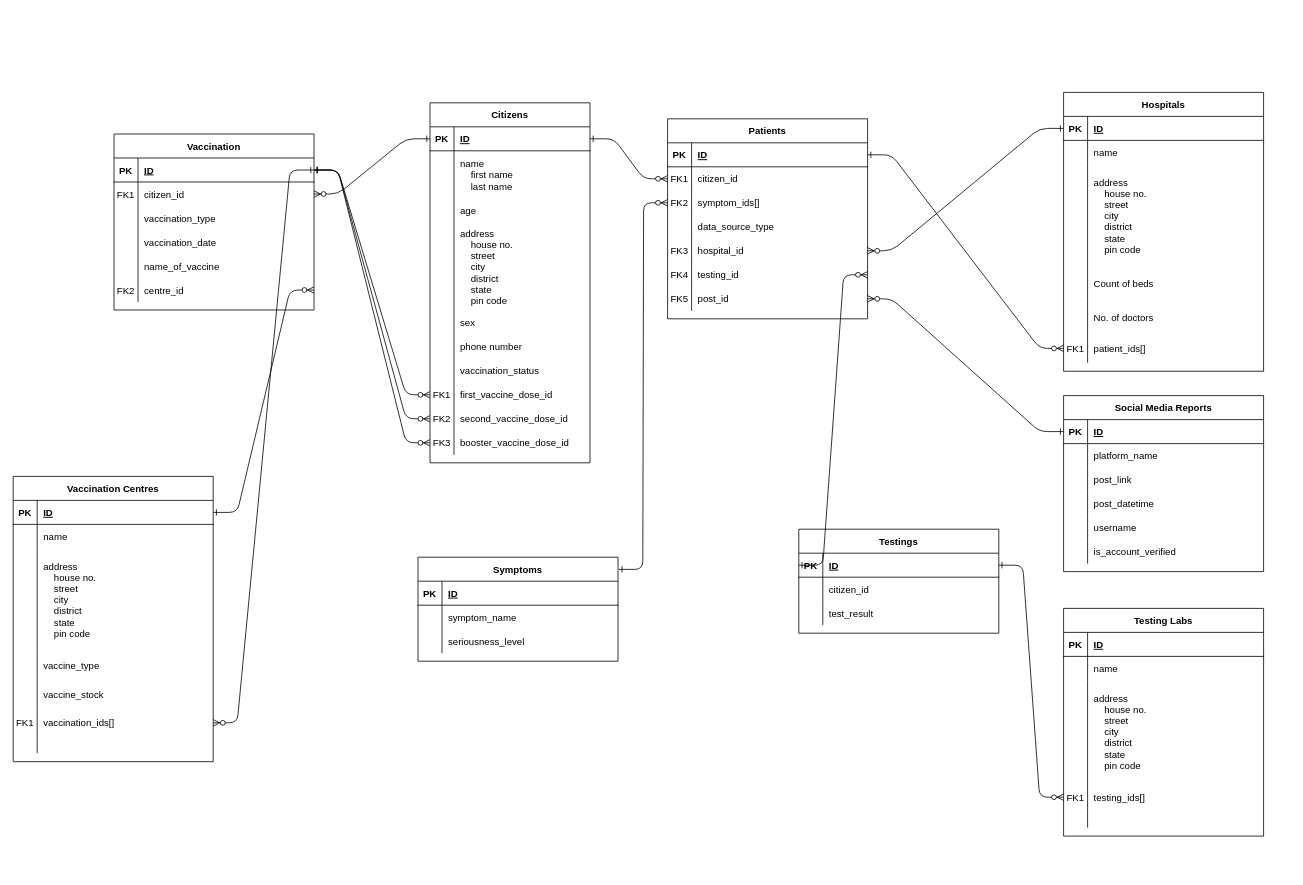
chirag-ghosh/DBMS-Lab keeps this draw.io diagram as Assgn1/ER-Diagram.drawio. Above is the earlier version. Source tidied: cells renumbered, new cells numbered last; positions are measured from the earlier drawing's top-left corner, leaving out a move shared by most shapes. Both pictures are drawn from the tidied source at 80%, with x=0, y=0 at pixel (13, 92).
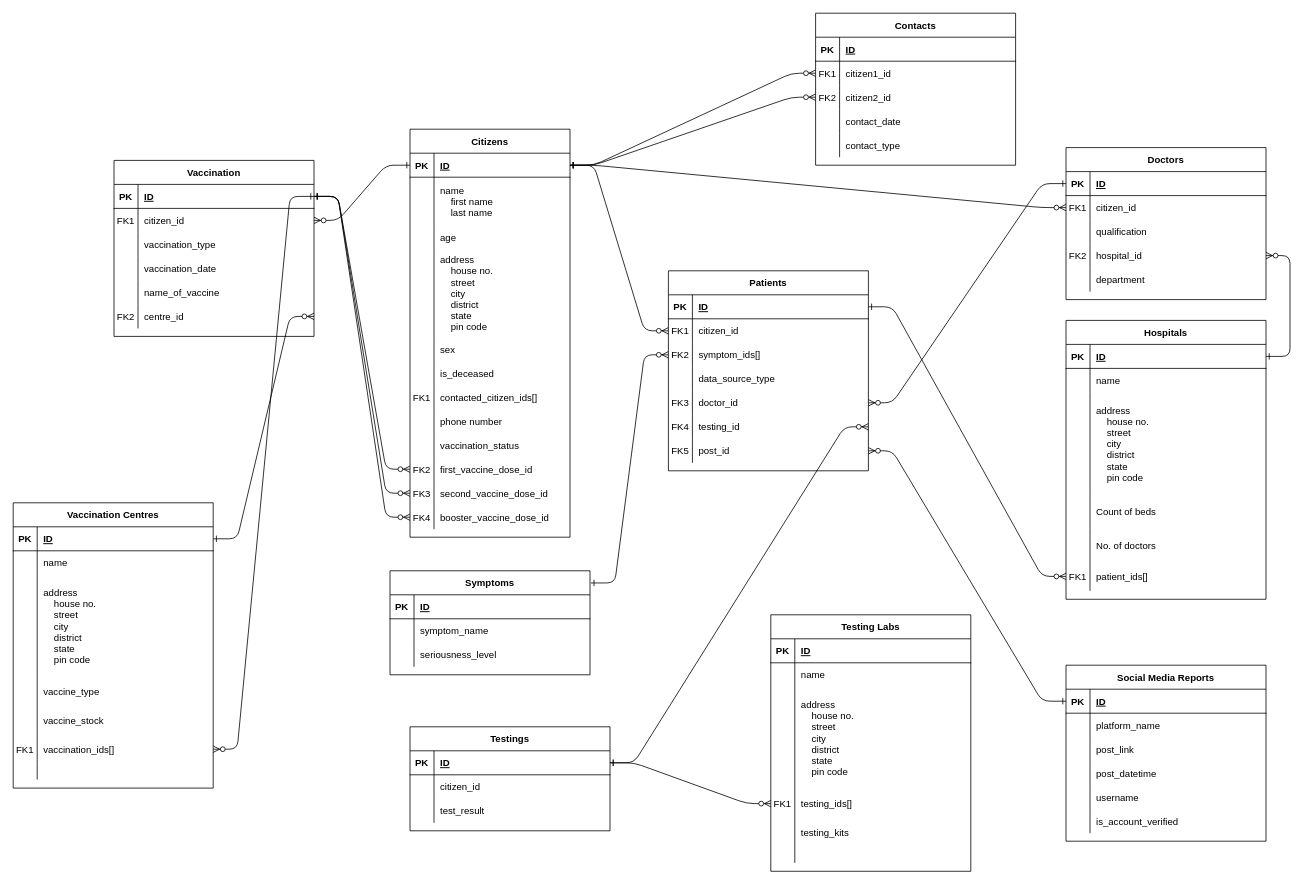
The same diagram, later.

Unchanged cells that the change refers to:
```xml
<mxCell id="16" style="shape=partialRectangle;fillColor=none;points=[[0,0.5],[1,0.5]];portConstraint=eastwest;top=0;left=0;right=0;bottom=0;" parent="3" vertex="1">
  <mxGeometry y="150" width="250" height="30" as="geometry" />
</mxCell>
<mxCell id="19" style="shape=partialRectangle;fillColor=none;points=[[0,0.5],[1,0.5]];portConstraint=eastwest;top=0;left=0;right=0;bottom=0;" parent="3" vertex="1">
  <mxGeometry y="180" width="250" height="30" as="geometry" />
</mxCell>
<mxCell id="26" style="shape=partialRectangle;fillColor=none;points=[[0,0.5],[1,0.5]];portConstraint=eastwest;top=0;left=0;right=0;bottom=1;" parent="25" vertex="1">
  <mxGeometry y="30" width="250" height="30" as="geometry" />
</mxCell>
<mxCell id="45" style="shape=partialRectangle;fillColor=none;points=[[0,0.5],[1,0.5]];portConstraint=eastwest;top=0;left=0;right=0;bottom=1;" parent="44" vertex="1">
  <mxGeometry y="30" width="200" height="30" as="geometry" />
</mxCell>
<mxCell id="105" style="shape=partialRectangle;fillColor=none;points=[[0,0.5],[1,0.5]];portConstraint=eastwest;top=0;left=0;right=0;bottom=1;" parent="104" vertex="1">
  <mxGeometry y="30" width="250" height="30" as="geometry" />
</mxCell>
```

Change to the diagram source:
```diff
@@
     <mxCell id="3" value="Patients" style="shape=table;startSize=30;childLayout=tableLayout;rowLines=0;fontStyle=1;align=center;" parent="1" vertex="1">
-      <mxGeometry x="818" y="33" width="250" height="250" as="geometry" />
+      <mxGeometry x="819" y="223" width="250" height="250" as="geometry" />
     </mxCell>
@@
-    <mxCell id="18" value="hospital_id" style="shape=partialRectangle;overflow=hidden;fillColor=none;top=0;left=0;bottom=0;right=0;align=left;spacingLeft=6;" parent="16" vertex="1">
+    <mxCell id="18" value="doctor_id" style="shape=partialRectangle;overflow=hidden;fillColor=none;top=0;left=0;bottom=0;right=0;align=left;spacingLeft=6;" parent="16" vertex="1">
       <mxGeometry x="30" width="220" height="30" as="geometry" />
     </mxCell>
@@
     <mxCell id="25" value="Hospitals" style="shape=table;startSize=30;childLayout=tableLayout;rowLines=0;fontStyle=1;align=center;" parent="1" vertex="1">
-      <mxGeometry x="1313" width="250" height="348.6" as="geometry" />
+      <mxGeometry x="1316" y="285" width="250" height="348.6" as="geometry" />
     </mxCell>
@@
     <mxCell id="44" value="Citizens" style="shape=table;startSize=30;childLayout=tableLayout;rowLines=0;fontStyle=1;align=center;" parent="1" vertex="1">
-      <mxGeometry x="521" y="13" width="200" height="450" as="geometry" />
+      <mxGeometry x="496" y="46" width="200" height="510" as="geometry" />
     </mxCell>
@@
+    <mxCell id="183" style="shape=partialRectangle;fillColor=none;top=0;left=0;right=0;bottom=0;" parent="44" vertex="1">
+      <mxGeometry y="260" width="200" height="30" as="geometry" />
+    </mxCell>
+    <mxCell id="184" style="shape=partialRectangle;overflow=hidden;fillColor=none;top=0;left=0;bottom=0;right=0;" parent="183" vertex="1">
+      <mxGeometry width="30" height="30" as="geometry" />
+    </mxCell>
+    <mxCell id="185" value="sex" style="shape=partialRectangle;overflow=hidden;fillColor=none;top=0;left=0;bottom=0;right=0;align=left;spacingLeft=6;" parent="183" vertex="1">
+      <mxGeometry x="30" width="170" height="30" as="geometry" />
+    </mxCell>
+    <mxCell id="186" style="shape=partialRectangle;fillColor=none;top=0;left=0;right=0;bottom=0;" parent="44" vertex="1">
+      <mxGeometry y="290" width="200" height="30" as="geometry" />
+    </mxCell>
+    <mxCell id="187" style="shape=partialRectangle;overflow=hidden;fillColor=none;top=0;left=0;bottom=0;right=0;" parent="186" vertex="1">
+      <mxGeometry width="30" height="30" as="geometry" />
+    </mxCell>
+    <mxCell id="188" value="is_deceased" style="shape=partialRectangle;overflow=hidden;fillColor=none;top=0;left=0;bottom=0;right=0;align=left;spacingLeft=6;" parent="186" vertex="1">
+      <mxGeometry x="30" width="170" height="30" as="geometry" />
+    </mxCell>
     <mxCell id="57" style="shape=partialRectangle;fillColor=none;top=0;left=0;right=0;bottom=0;" parent="44" vertex="1">
-      <mxGeometry y="260" width="200" height="30" as="geometry" />
+      <mxGeometry y="320" width="200" height="30" as="geometry" />
     </mxCell>
-    <mxCell id="58" style="shape=partialRectangle;overflow=hidden;fillColor=none;top=0;left=0;bottom=0;right=0;" parent="57" vertex="1">
+    <mxCell id="58" value="FK1" style="shape=partialRectangle;overflow=hidden;fillColor=none;top=0;left=0;bottom=0;right=0;" parent="57" vertex="1">
       <mxGeometry width="30" height="30" as="geometry" />
     </mxCell>
-    <mxCell id="59" value="sex" style="shape=partialRectangle;overflow=hidden;fillColor=none;top=0;left=0;bottom=0;right=0;align=left;spacingLeft=6;" parent="57" vertex="1">
+    <mxCell id="59" value="contacted_citizen_ids[]" style="shape=partialRectangle;overflow=hidden;fillColor=none;top=0;left=0;bottom=0;right=0;align=left;spacingLeft=6;" parent="57" vertex="1">
       <mxGeometry x="30" width="170" height="30" as="geometry" />
     </mxCell>
     <mxCell id="60" style="shape=partialRectangle;fillColor=none;top=0;left=0;right=0;bottom=0;" parent="44" vertex="1">
-      <mxGeometry y="290" width="200" height="30" as="geometry" />
+      <mxGeometry y="350" width="200" height="30" as="geometry" />
     </mxCell>
@@
     <mxCell id="63" style="shape=partialRectangle;fillColor=none;top=0;left=0;right=0;bottom=0;" parent="44" vertex="1">
-      <mxGeometry y="320" width="200" height="30" as="geometry" />
+      <mxGeometry y="380" width="200" height="30" as="geometry" />
     </mxCell>
@@
     <mxCell id="66" style="shape=partialRectangle;fillColor=none;points=[[0,0.5],[1,0.5]];portConstraint=eastwest;top=0;left=0;right=0;bottom=0;" parent="44" vertex="1">
-      <mxGeometry y="350" width="200" height="30" as="geometry" />
+      <mxGeometry y="410" width="200" height="30" as="geometry" />
     </mxCell>
-    <mxCell id="67" value="FK1" style="shape=partialRectangle;overflow=hidden;fillColor=none;top=0;left=0;bottom=0;right=0;" parent="66" vertex="1">
+    <mxCell id="67" value="FK2" style="shape=partialRectangle;overflow=hidden;fillColor=none;top=0;left=0;bottom=0;right=0;" parent="66" vertex="1">
       <mxGeometry width="30" height="30" as="geometry" />
     </mxCell>
@@
     <mxCell id="69" style="shape=partialRectangle;fillColor=none;points=[[0,0.5],[1,0.5]];portConstraint=eastwest;top=0;left=0;right=0;bottom=0;" parent="44" vertex="1">
-      <mxGeometry y="380" width="200" height="30" as="geometry" />
+      <mxGeometry y="440" width="200" height="30" as="geometry" />
     </mxCell>
-    <mxCell id="70" value="FK2" style="shape=partialRectangle;overflow=hidden;fillColor=none;top=0;left=0;bottom=0;right=0;" parent="69" vertex="1">
+    <mxCell id="70" value="FK3" style="shape=partialRectangle;overflow=hidden;fillColor=none;top=0;left=0;bottom=0;right=0;" parent="69" vertex="1">
       <mxGeometry width="30" height="30" as="geometry" />
     </mxCell>
@@
     <mxCell id="72" style="shape=partialRectangle;fillColor=none;points=[[0,0.5],[1,0.5]];portConstraint=eastwest;top=0;left=0;right=0;bottom=0;" parent="44" vertex="1">
-      <mxGeometry y="410" width="200" height="30" as="geometry" />
+      <mxGeometry y="470" width="200" height="30" as="geometry" />
     </mxCell>
-    <mxCell id="73" value="FK3" style="shape=partialRectangle;overflow=hidden;fillColor=none;top=0;left=0;bottom=0;right=0;" parent="72" vertex="1">
+    <mxCell id="73" value="FK4" style="shape=partialRectangle;overflow=hidden;fillColor=none;top=0;left=0;bottom=0;right=0;" parent="72" vertex="1">
       <mxGeometry width="30" height="30" as="geometry" />
     </mxCell>
@@
     <mxCell id="75" value="Symptoms" style="shape=table;startSize=30;childLayout=tableLayout;rowLines=0;fontStyle=1;align=center;" parent="1" vertex="1">
-      <mxGeometry x="506" y="581" width="250" height="130" as="geometry" />
+      <mxGeometry x="471" y="598" width="250" height="130" as="geometry" />
     </mxCell>
@@
-    <mxCell id="86" style="edgeStyle=entityRelationEdgeStyle;endArrow=ERzeroToMany;startArrow=ERone;endFill=1;startFill=0;entryX=1;entryY=0.5;entryDx=0;entryDy=0;exitX=0;exitY=0.5;exitDx=0;exitDy=0;" parent="1" edge="1" source="26" target="16">
+    <mxCell id="86" style="edgeStyle=entityRelationEdgeStyle;endArrow=ERzeroToMany;startArrow=ERone;endFill=1;startFill=0;entryX=1;entryY=0.5;entryDx=0;entryDy=0;exitX=0;exitY=0.5;exitDx=0;exitDy=0;" parent="1" edge="1" source="211" target="16">
       <mxGeometry relative="1" as="geometry" />
     </mxCell>
@@
     <mxCell id="88" value="Testing Labs" style="shape=table;startSize=30;childLayout=tableLayout;rowLines=0;fontStyle=1;align=center;" parent="1" vertex="1">
-      <mxGeometry x="1313" y="645" width="250" height="284.6" as="geometry" />
+      <mxGeometry x="947" y="653" width="250" height="320.6" as="geometry" />
     </mxCell>
@@
+    <mxCell id="189" style="shape=partialRectangle;fillColor=none;top=0;left=0;right=0;bottom=0;" parent="88" vertex="1">
+      <mxGeometry y="254" width="250" height="36" as="geometry" />
+    </mxCell>
+    <mxCell id="190" style="shape=partialRectangle;overflow=hidden;fillColor=none;top=0;left=0;bottom=0;right=0;" parent="189" vertex="1">
+      <mxGeometry width="30" height="36" as="geometry" />
+    </mxCell>
+    <mxCell id="191" value="testing_kits" style="shape=partialRectangle;overflow=hidden;fillColor=none;top=0;left=0;bottom=0;right=0;align=left;spacingLeft=6;" parent="189" vertex="1">
+      <mxGeometry x="30" width="220" height="36" as="geometry" />
+    </mxCell>
     <mxCell id="101" style="shape=partialRectangle;fillColor=none;top=0;left=0;right=0;bottom=0;" parent="88" vertex="1">
-      <mxGeometry y="254" width="250" height="20" as="geometry" />
+      <mxGeometry y="290" width="250" height="20" as="geometry" />
     </mxCell>
@@
     <mxCell id="104" value="Testings" style="shape=table;startSize=30;childLayout=tableLayout;rowLines=0;fontStyle=1;align=center;" parent="1" vertex="1">
-      <mxGeometry x="982" y="546" width="250" height="130" as="geometry" />
+      <mxGeometry x="496" y="793" width="250" height="130" as="geometry" />
     </mxCell>
@@
-    <mxCell id="115" style="edgeStyle=entityRelationEdgeStyle;endArrow=ERzeroToMany;startArrow=ERone;endFill=1;startFill=0;exitX=0;exitY=0.5;exitDx=0;exitDy=0;entryX=1;entryY=0.5;entryDx=0;entryDy=0;" parent="1" edge="1" source="105" target="19">
+    <mxCell id="115" style="edgeStyle=entityRelationEdgeStyle;endArrow=ERzeroToMany;startArrow=ERone;endFill=1;startFill=0;exitX=1;exitY=0.5;exitDx=0;exitDy=0;entryX=1;entryY=0.5;entryDx=0;entryDy=0;" parent="1" edge="1" source="105" target="19">
       <mxGeometry relative="1" as="geometry" />
     </mxCell>
     <mxCell id="116" value="Vaccination Centres" style="shape=table;startSize=30;childLayout=tableLayout;rowLines=0;fontStyle=1;align=center;" parent="1" vertex="1">
-      <mxGeometry y="480" width="250" height="356.6" as="geometry" />
+      <mxGeometry y="513" width="250" height="356.6" as="geometry" />
     </mxCell>
@@
     <mxCell id="138" value="Vaccination" style="shape=table;startSize=30;childLayout=tableLayout;rowLines=0;fontStyle=1;align=center;" parent="1" vertex="1">
-      <mxGeometry x="126" y="52" width="250" height="220" as="geometry" />
+      <mxGeometry x="126" y="85" width="250" height="220" as="geometry" />
     </mxCell>
@@
     <mxCell id="163" value="Social Media Reports" style="shape=table;startSize=30;childLayout=tableLayout;rowLines=0;fontStyle=1;align=center;" parent="1" vertex="1">
-      <mxGeometry x="1313" y="379" width="250" height="220" as="geometry" />
+      <mxGeometry x="1316" y="716" width="250" height="220" as="geometry" />
     </mxCell>
@@
+    <mxCell id="192" value="Contacts" style="shape=table;startSize=30;childLayout=tableLayout;rowLines=0;fontStyle=1;align=center;" parent="1" vertex="1">
+      <mxGeometry x="1003" y="-99" width="250" height="190" as="geometry" />
+    </mxCell>
+    <mxCell id="193" style="shape=partialRectangle;fillColor=none;top=0;left=0;right=0;bottom=1;" parent="192" vertex="1">
+      <mxGeometry y="30" width="250" height="30" as="geometry" />
+    </mxCell>
+    <mxCell id="194" value="PK" style="shape=partialRectangle;overflow=hidden;fillColor=none;top=0;left=0;bottom=0;right=0;fontStyle=1;" parent="193" vertex="1">
+      <mxGeometry width="30" height="30" as="geometry" />
+    </mxCell>
+    <mxCell id="195" value="ID" style="shape=partialRectangle;overflow=hidden;fillColor=none;top=0;left=0;bottom=0;right=0;align=left;spacingLeft=6;fontStyle=5;" parent="193" vertex="1">
+      <mxGeometry x="30" width="220" height="30" as="geometry" />
+    </mxCell>
+    <mxCell id="196" style="shape=partialRectangle;fillColor=none;points=[[0,0.5],[1,0.5]];portConstraint=eastwest;top=0;left=0;right=0;bottom=0;" parent="192" vertex="1">
+      <mxGeometry y="60" width="250" height="30" as="geometry" />
+    </mxCell>
+    <mxCell id="197" value="FK1" style="shape=partialRectangle;overflow=hidden;fillColor=none;top=0;left=0;bottom=0;right=0;" parent="196" vertex="1">
+      <mxGeometry width="30" height="30" as="geometry" />
+    </mxCell>
+    <mxCell id="198" value="citizen1_id" style="shape=partialRectangle;overflow=hidden;fillColor=none;top=0;left=0;bottom=0;right=0;align=left;spacingLeft=6;" parent="196" vertex="1">
+      <mxGeometry x="30" width="220" height="30" as="geometry" />
+    </mxCell>
+    <mxCell id="199" style="shape=partialRectangle;fillColor=none;points=[[0,0.5],[1,0.5]];portConstraint=eastwest;top=0;left=0;right=0;bottom=0;" parent="192" vertex="1">
+      <mxGeometry y="90" width="250" height="30" as="geometry" />
+    </mxCell>
+    <mxCell id="200" value="FK2" style="shape=partialRectangle;overflow=hidden;fillColor=none;top=0;left=0;bottom=0;right=0;" parent="199" vertex="1">
+      <mxGeometry width="30" height="30" as="geometry" />
+    </mxCell>
+    <mxCell id="201" value="citizen2_id" style="shape=partialRectangle;overflow=hidden;fillColor=none;top=0;left=0;bottom=0;right=0;align=left;spacingLeft=6;" parent="199" vertex="1">
+      <mxGeometry x="30" width="220" height="30" as="geometry" />
+    </mxCell>
+    <mxCell id="202" style="shape=partialRectangle;fillColor=none;top=0;left=0;right=0;bottom=0;" parent="192" vertex="1">
+      <mxGeometry y="120" width="250" height="30" as="geometry" />
+    </mxCell>
+    <mxCell id="203" style="shape=partialRectangle;overflow=hidden;fillColor=none;top=0;left=0;bottom=0;right=0;" parent="202" vertex="1">
+      <mxGeometry width="30" height="30" as="geometry" />
+    </mxCell>
+    <mxCell id="204" value="contact_date" style="shape=partialRectangle;overflow=hidden;fillColor=none;top=0;left=0;bottom=0;right=0;align=left;spacingLeft=6;" parent="202" vertex="1">
+      <mxGeometry x="30" width="220" height="30" as="geometry" />
+    </mxCell>
+    <mxCell id="205" style="shape=partialRectangle;fillColor=none;top=0;left=0;right=0;bottom=0;" parent="192" vertex="1">
+      <mxGeometry y="150" width="250" height="30" as="geometry" />
+    </mxCell>
+    <mxCell id="206" style="shape=partialRectangle;overflow=hidden;fillColor=none;top=0;left=0;bottom=0;right=0;" parent="205" vertex="1">
+      <mxGeometry width="30" height="30" as="geometry" />
+    </mxCell>
+    <mxCell id="207" value="contact_type" style="shape=partialRectangle;overflow=hidden;fillColor=none;top=0;left=0;bottom=0;right=0;align=left;spacingLeft=6;" parent="205" vertex="1">
+      <mxGeometry x="30" width="220" height="30" as="geometry" />
+    </mxCell>
+    <mxCell id="208" style="edgeStyle=entityRelationEdgeStyle;endArrow=ERzeroToMany;startArrow=ERone;endFill=1;startFill=0;exitX=1;exitY=0.5;exitDx=0;exitDy=0;entryX=0;entryY=0.5;entryDx=0;entryDy=0;" parent="1" edge="1" source="45" target="196">
+      <mxGeometry relative="1" as="geometry" />
+    </mxCell>
+    <mxCell id="209" style="edgeStyle=entityRelationEdgeStyle;endArrow=ERzeroToMany;startArrow=ERone;endFill=1;startFill=0;exitX=1;exitY=0.5;exitDx=0;exitDy=0;entryX=0;entryY=0.5;entryDx=0;entryDy=0;" parent="1" edge="1" source="45" target="199">
+      <mxGeometry relative="1" as="geometry" />
+    </mxCell>
+    <mxCell id="210" value="Doctors" style="shape=table;startSize=30;childLayout=tableLayout;rowLines=0;fontStyle=1;align=center;" parent="1" vertex="1">
+      <mxGeometry x="1316" y="69" width="250" height="190" as="geometry" />
+    </mxCell>
+    <mxCell id="211" style="shape=partialRectangle;fillColor=none;points=[[0,0.5],[1,0.5]];portConstraint=eastwest;top=0;left=0;right=0;bottom=1;" parent="210" vertex="1">
+      <mxGeometry y="30" width="250" height="30" as="geometry" />
+    </mxCell>
+    <mxCell id="212" value="PK" style="shape=partialRectangle;overflow=hidden;fillColor=none;top=0;left=0;bottom=0;right=0;fontStyle=1;" parent="211" vertex="1">
+      <mxGeometry width="30" height="30" as="geometry" />
+    </mxCell>
+    <mxCell id="213" value="ID" style="shape=partialRectangle;overflow=hidden;fillColor=none;top=0;left=0;bottom=0;right=0;align=left;spacingLeft=6;fontStyle=5;" parent="211" vertex="1">
+      <mxGeometry x="30" width="220" height="30" as="geometry" />
+    </mxCell>
+    <mxCell id="214" style="shape=partialRectangle;fillColor=none;points=[[0,0.5],[1,0.5]];portConstraint=eastwest;top=0;left=0;right=0;bottom=0;" parent="210" vertex="1">
+      <mxGeometry y="60" width="250" height="30" as="geometry" />
+    </mxCell>
+    <mxCell id="215" value="FK1" style="shape=partialRectangle;overflow=hidden;fillColor=none;top=0;left=0;bottom=0;right=0;" parent="214" vertex="1">
+      <mxGeometry width="30" height="30" as="geometry" />
+    </mxCell>
+    <mxCell id="216" value="citizen_id" style="shape=partialRectangle;overflow=hidden;fillColor=none;top=0;left=0;bottom=0;right=0;align=left;spacingLeft=6;" parent="214" vertex="1">
+      <mxGeometry x="30" width="220" height="30" as="geometry" />
+    </mxCell>
+    <mxCell id="217" style="shape=partialRectangle;fillColor=none;top=0;left=0;right=0;bottom=0;" parent="210" vertex="1">
+      <mxGeometry y="90" width="250" height="30" as="geometry" />
+    </mxCell>
+    <mxCell id="218" style="shape=partialRectangle;overflow=hidden;fillColor=none;top=0;left=0;bottom=0;right=0;" parent="217" vertex="1">
+      <mxGeometry width="30" height="30" as="geometry" />
+    </mxCell>
+    <mxCell id="219" value="qualification" style="shape=partialRectangle;overflow=hidden;fillColor=none;top=0;left=0;bottom=0;right=0;align=left;spacingLeft=6;" parent="217" vertex="1">
+      <mxGeometry x="30" width="220" height="30" as="geometry" />
+    </mxCell>
+    <mxCell id="220" style="shape=partialRectangle;fillColor=none;points=[[0,0.5],[1,0.5]];portConstraint=eastwest;top=0;left=0;right=0;bottom=0;" parent="210" vertex="1">
+      <mxGeometry y="120" width="250" height="30" as="geometry" />
+    </mxCell>
+    <mxCell id="221" value="FK2" style="shape=partialRectangle;overflow=hidden;fillColor=none;top=0;left=0;bottom=0;right=0;" parent="220" vertex="1">
+      <mxGeometry width="30" height="30" as="geometry" />
+    </mxCell>
+    <mxCell id="222" value="hospital_id" style="shape=partialRectangle;overflow=hidden;fillColor=none;top=0;left=0;bottom=0;right=0;align=left;spacingLeft=6;" parent="220" vertex="1">
+      <mxGeometry x="30" width="220" height="30" as="geometry" />
+    </mxCell>
+    <mxCell id="223" style="shape=partialRectangle;fillColor=none;top=0;left=0;right=0;bottom=0;" parent="210" vertex="1">
+      <mxGeometry y="150" width="250" height="30" as="geometry" />
+    </mxCell>
+    <mxCell id="224" style="shape=partialRectangle;overflow=hidden;fillColor=none;top=0;left=0;bottom=0;right=0;" parent="223" vertex="1">
+      <mxGeometry width="30" height="30" as="geometry" />
+    </mxCell>
+    <mxCell id="225" value="department" style="shape=partialRectangle;overflow=hidden;fillColor=none;top=0;left=0;bottom=0;right=0;align=left;spacingLeft=6;" parent="223" vertex="1">
+      <mxGeometry x="30" width="220" height="30" as="geometry" />
+    </mxCell>
+    <mxCell id="226" style="edgeStyle=entityRelationEdgeStyle;endArrow=ERzeroToMany;startArrow=ERone;endFill=1;startFill=0;entryX=1;entryY=0.5;entryDx=0;entryDy=0;exitX=1;exitY=0.5;exitDx=0;exitDy=0;" parent="1" edge="1" source="26" target="220">
+      <mxGeometry relative="1" as="geometry" />
+    </mxCell>
+    <mxCell id="227" style="edgeStyle=entityRelationEdgeStyle;endArrow=ERzeroToMany;startArrow=ERone;endFill=1;startFill=0;entryX=0;entryY=0.5;entryDx=0;entryDy=0;exitX=1;exitY=0.5;exitDx=0;exitDy=0;" parent="1" edge="1" source="45" target="214">
+      <mxGeometry relative="1" as="geometry" />
+    </mxCell>
```
